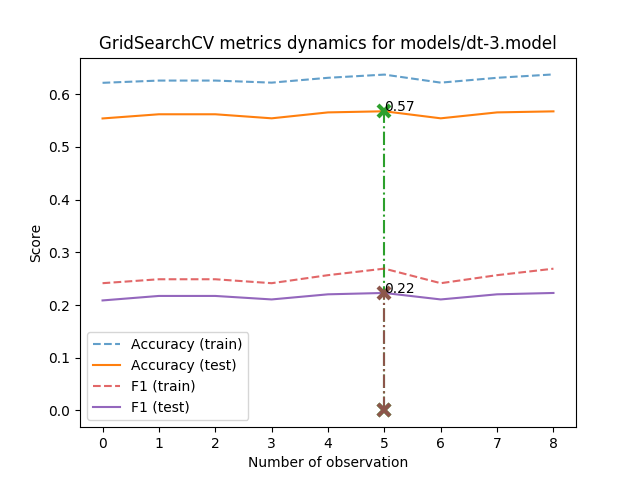
This is models/dt-3.model_metrics.png from AverHLV/diploma-computations, a Graphviz export, as it was before one commit. Its source is kept beside it as models/dt-3.model.dot. Its diagram source:
```dot
digraph Tree {
node [shape=box, style="filled", color="black"] ;
0 [label="Topic <= 0.998\ngini = 0.558\nsamples = 12051\nvalue = [[31, 5139, 723, 4414, 1744]\n[317, 7308, 2439, 825, 1162]\n[153, 6581, 588, 4037, 692]\n...\n[14, 5643, 833, 3937, 1624]\n[9, 149, 59, 44, 11790]\n[19, 1980, 30, 7759, 2263]]", fillcolor="#fefcfb"] ;
1 [label="Екогрупа <= -2.261\ngini = 0.542\nsamples = 9252\nvalue = [[28, 4600, 565, 2703, 1356]\n[267, 5765, 1749, 559, 912]\n[129, 5766, 483, 2232, 642]\n...\n[14, 4930, 442, 2500, 1366]\n[8, 130, 34, 35, 9045]\n[18, 1775, 21, 5828, 1610]]", fillcolor="#fdf6f0"] ;
0 -> 1 [labeldistance=2.5, labelangle=45, headlabel="True"] ;
5 [label="gini = 0.493\nsamples = 473\nvalue = [[4, 112, 16, 225, 116]\n[0, 298, 67, 33, 75]\n[2, 147, 7, 267, 50]\n...\n[0, 120, 32, 198, 123]\n[0, 0, 0, 0, 473]\n[5, 21, 0, 30, 417]]", fillcolor="#f9e1cf"] ;
1 -> 5 ;
6 [label="ОБ <= -0.236\ngini = 0.536\nsamples = 8779\nvalue = [[24, 4488, 549, 2478, 1240]\n[267, 5467, 1682, 526, 837]\n[127, 5619, 476, 1965, 592]\n...\n[14, 4810, 410, 2302, 1243]\n[8, 130, 34, 35, 8572]\n[13, 1754, 21, 5798, 1193]]", fillcolor="#fdf3ec"] ;
1 -> 6 ;
7 [label="НФ <= 0.032\ngini = 0.519\nsamples = 2148\nvalue = [[11, 1272, 104, 400, 361]\n[43, 1417, 256, 138, 294]\n[29, 1383, 76, 376, 284]\n...\n[6, 1215, 76, 506, 345]\n[2, 18, 6, 1, 2121]\n[6, 377, 0, 1381, 384]]", fillcolor="#fbece0"] ;
6 -> 7 ;
21 [label="Екогрупа <= -0.142\ngini = 0.51\nsamples = 894\nvalue = [[1, 523, 37, 207, 126]\n[12, 640, 66, 49, 127]\n[9, 550, 25, 164, 146]\n...\n[2, 523, 15, 269, 85]\n[0, 3, 0, 0, 891]\n[2, 108, 0, 662, 122]]", fillcolor="#fae8db"] ;
7 -> 21 ;
25 [label="gini = 0.435\nsamples = 329\nvalue = [[1, 248, 8, 37, 35]\n[0, 278, 17, 10, 24]\n[0, 281, 5, 31, 12]\n...\n[2, 236, 6, 41, 44]\n[0, 3, 0, 0, 326]\n[2, 17, 0, 231, 79]]", fillcolor="#f4c8a8"] ;
21 -> 25 ;
26 [label="gini = 0.516\nsamples = 565\nvalue = [[0, 275, 29, 170, 91]\n[12, 362, 49, 39, 103]\n[9, 269, 20, 133, 134]\n...\n[0, 287, 9, 228, 41]\n[0, 0, 0, 0, 565]\n[0, 91, 0, 431, 43]]", fillcolor="#fbebdf"] ;
21 -> 26 ;
22 [label="gini = 0.504\nsamples = 1254\nvalue = [[10, 749, 67, 193, 235]\n[31, 777, 190, 89, 167]\n[20, 833, 51, 212, 138]\n...\n[4, 692, 61, 237, 260]\n[2, 15, 6, 1, 1230]\n[4, 269, 0, 719, 262]]", fillcolor="#fae5d7"] ;
7 -> 22 ;
8 [label="Topic <= -1.596\ngini = 0.532\nsamples = 6631\nvalue = [[13, 3216, 445, 2078, 879]\n[224, 4050, 1426, 388, 543]\n[98, 4236, 400, 1589, 308]\n...\n[8, 3595, 334, 1796, 898]\n[6, 112, 28, 34, 6451]\n[7, 1377, 21, 4417, 809]]", fillcolor="#fcf1e9"] ;
6 -> 8 ;
9 [label="gini = 0.462\nsamples = 321\nvalue = [[3, 82, 59, 155, 22]\n[2, 241, 59, 10, 9]\n[0, 80, 62, 177, 2]\n...\n[1, 71, 78, 130, 41]\n[0, 20, 1, 16, 284]\n[0, 18, 0, 223, 80]]", fillcolor="#f6d3ba"] ;
8 -> 9 ;
10 [label="НФ <= 0.573\ngini = 0.526\nsamples = 6310\nvalue = [[10, 3134, 386, 1923, 857]\n[222, 3809, 1367, 378, 534]\n[98, 4156, 338, 1412, 306]\n...\n[7, 3524, 256, 1666, 857]\n[6, 92, 27, 18, 6167]\n[7, 1359, 21, 4194, 729]]", fillcolor="#fcefe6"] ;
8 -> 10 ;
13 [label="gini = 0.518\nsamples = 4282\nvalue = [[5, 2021, 227, 1417, 612]\n[122, 2717, 950, 229, 264]\n[54, 2796, 214, 983, 235]\n...\n[6, 2506, 183, 1210, 377]\n[3, 29, 16, 8, 4226]\n[5, 963, 13, 2893, 408]]", fillcolor="#fbebe0"] ;
10 -> 13 ;
14 [label="gini = 0.528\nsamples = 2028\nvalue = [[5, 1113, 159, 506, 245]\n[100, 1092, 417, 149, 270]\n[44, 1360, 124, 429, 71]\n...\n[1, 1018, 73, 456, 480]\n[3, 63, 11, 10, 1941]\n[2, 396, 8, 1301, 321]]", fillcolor="#fcf0e7"] ;
10 -> 14 ;
2 [label="НФ <= -0.149\ngini = 0.526\nsamples = 2799\nvalue = [[3, 539, 158, 1711, 388]\n[50, 1543, 690, 266, 250]\n[24, 815, 105, 1805, 50]\n...\n[0, 713, 391, 1437, 258]\n[1, 19, 25, 9, 2745]\n[1, 205, 9, 1931, 653]]", fillcolor="#fcefe6"] ;
0 -> 2 [labeldistance=2.5, labelangle=-45, headlabel="False"] ;
3 [label="Topic <= 1.016\ngini = 0.463\nsamples = 1877\nvalue = [[1, 154, 62, 1417, 243]\n[23, 991, 472, 217, 174]\n[1, 341, 46, 1464, 25]\n...\n[0, 348, 237, 1197, 95]\n[0, 3, 2, 1, 1871]\n[1, 67, 3, 1353, 453]]", fillcolor="#f6d4bb"] ;
2 -> 3 ;
11 [label="Екогрупа <= -0.566\ngini = 0.35\nsamples = 557\nvalue = [[0, 3, 24, 485, 45]\n[6, 387, 12, 95, 57]\n[0, 44, 7, 506, 0]\n...\n[0, 41, 140, 338, 38]\n[0, 0, 0, 0, 557]\n[0, 1, 0, 399, 157]]", fillcolor="#eca36f"] ;
3 -> 11 ;
23 [label="gini = 0.271\nsamples = 196\nvalue = [[0, 1, 22, 172, 1]\n[2, 107, 2, 48, 37]\n[0, 0, 3, 193, 0]\n...\n[0, 7, 9, 143, 37]\n[0, 0, 0, 0, 196]\n[0, 0, 0, 41, 155]]", fillcolor="#e58139"] ;
11 -> 23 ;
24 [label="gini = 0.326\nsamples = 361\nvalue = [[0, 2, 2, 313, 44]\n[4, 280, 10, 47, 20]\n[0, 44, 4, 313, 0]\n...\n[0, 34, 131, 195, 1]\n[0, 0, 0, 0, 361]\n[0, 1, 0, 358, 2]]", fillcolor="#ea995f"] ;
11 -> 24 ;
12 [label="Topic <= 1.421\ngini = 0.471\nsamples = 1320\nvalue = [[1, 151, 38, 932, 198]\n[17, 604, 460, 122, 117]\n[1, 297, 39, 958, 25]\n...\n[0, 307, 97, 859, 57]\n[0, 3, 2, 1, 1314]\n[1, 66, 3, 954, 296]]", fillcolor="#f7d7c0"] ;
3 -> 12 ;
15 [label="gini = 0.531\nsamples = 212\nvalue = [[0, 81, 10, 76, 45]\n[5, 122, 47, 9, 29]\n[1, 125, 8, 64, 14]\n...\n[0, 106, 9, 74, 23]\n[0, 2, 2, 0, 208]\n[1, 35, 0, 115, 61]]", fillcolor="#fcf1e9"] ;
12 -> 15 ;
16 [label="Topic <= 1.439\ngini = 0.431\nsamples = 1108\nvalue = [[1, 70, 28, 856, 153]\n[12, 482, 413, 113, 88]\n[0, 172, 31, 894, 11]\n...\n[0, 201, 88, 785, 34]\n[0, 1, 0, 1, 1106]\n[0, 31, 3, 839, 235]]", fillcolor="#f3c6a5"] ;
12 -> 16 ;
17 [label="gini = 0.339\nsamples = 449\nvalue = [[0, 15, 0, 368, 66]\n[6, 101, 228, 82, 32]\n[0, 36, 0, 413, 0]\n...\n[0, 52, 27, 357, 13]\n[0, 0, 0, 0, 449]\n[0, 4, 0, 383, 62]]", fillcolor="#eb9e67"] ;
16 -> 17 ;
18 [label="gini = 0.447\nsamples = 659\nvalue = [[1, 55, 28, 488, 87]\n[6, 381, 185, 31, 56]\n[0, 136, 31, 481, 11]\n...\n[0, 149, 61, 428, 21]\n[0, 1, 0, 1, 657]\n[0, 27, 3, 456, 173]]", fillcolor="#f5cdb0"] ;
16 -> 18 ;
4 [label="Topic <= 1.016\ngini = 0.564\nsamples = 922\nvalue = [[2, 385, 96, 294, 145]\n[27, 552, 218, 49, 76]\n[23, 474, 59, 341, 25]\n...\n[0, 365, 154, 240, 163]\n[1, 16, 23, 8, 874]\n[0, 138, 6, 578, 200]]", fillcolor="#ffffff"] ;
2 -> 4 ;
19 [label="gini = 0.292\nsamples = 94\nvalue = [[0, 23, 24, 44, 3]\n[1, 73, 2, 6, 12]\n[0, 5, 0, 89, 0]\n...\n[0, 8, 65, 21, 0]\n[0, 0, 0, 0, 94]\n[0, 0, 0, 35, 59]]", fillcolor="#e78a47"] ;
4 -> 19 ;
20 [label="gini = 0.559\nsamples = 828\nvalue = [[2, 362, 72, 250, 142]\n[26, 479, 216, 43, 64]\n[23, 469, 59, 252, 25]\n...\n[0, 357, 89, 219, 163]\n[1, 16, 23, 8, 780]\n[0, 138, 6, 543, 141]]", fillcolor="#fffdfc"] ;
4 -> 20 ;
}
```
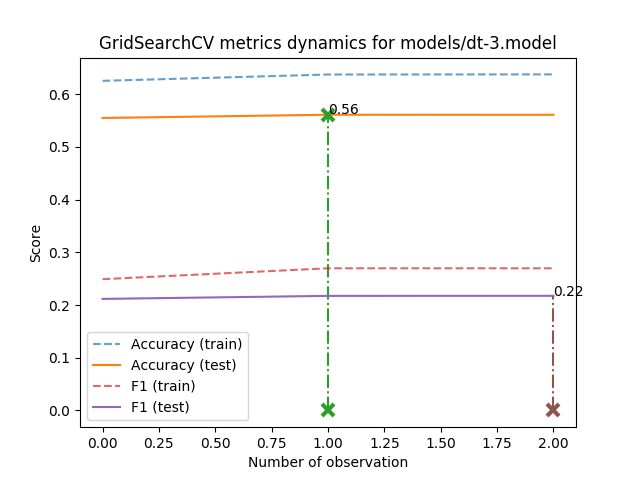
Later version of the same file.

Change to the diagram source:
```diff
@@ -1,56 +1,56 @@
 digraph Tree {
 node [shape=box, style="filled", color="black"] ;
-0 [label="Topic <= 0.998\ngini = 0.558\nsamples = 12051\nvalue = [[31, 5139, 723, 4414, 1744]\n[317, 7308, 2439, 825, 1162]\n[153, 6581, 588, 4037, 692]\n...\n[14, 5643, 833, 3937, 1624]\n[9, 149, 59, 44, 11790]\n[19, 1980, 30, 7759, 2263]]", fillcolor="#fefcfb"] ;
-1 [label="Екогрупа <= -2.261\ngini = 0.542\nsamples = 9252\nvalue = [[28, 4600, 565, 2703, 1356]\n[267, 5765, 1749, 559, 912]\n[129, 5766, 483, 2232, 642]\n...\n[14, 4930, 442, 2500, 1366]\n[8, 130, 34, 35, 9045]\n[18, 1775, 21, 5828, 1610]]", fillcolor="#fdf6f0"] ;
+0 [label="Topic <= 0.998\ngini = 0.558\nsamples = 12051\nvalue = [[29, 5111, 705, 4438, 1768]\n[323, 7339, 2410, 820, 1159]\n[145, 6520, 580, 4097, 709]\n...\n[13, 5584, 844, 3975, 1635]\n[9, 135, 65, 43, 11799]\n[18, 1967, 30, 7762, 2274]]", fillcolor="#fefdfb"] ;
+1 [label="Екогрупа <= -2.261\ngini = 0.543\nsamples = 9241\nvalue = [[25, 4587, 555, 2691, 1383]\n[270, 5802, 1716, 551, 902]\n[125, 5727, 470, 2255, 664]\n...\n[13, 4901, 447, 2510, 1370]\n[7, 117, 38, 31, 9048]\n[18, 1761, 20, 5829, 1613]]", fillcolor="#fdf6f1"] ;
 0 -> 1 [labeldistance=2.5, labelangle=45, headlabel="True"] ;
-5 [label="gini = 0.493\nsamples = 473\nvalue = [[4, 112, 16, 225, 116]\n[0, 298, 67, 33, 75]\n[2, 147, 7, 267, 50]\n...\n[0, 120, 32, 198, 123]\n[0, 0, 0, 0, 473]\n[5, 21, 0, 30, 417]]", fillcolor="#f9e1cf"] ;
+5 [label="gini = 0.494\nsamples = 487\nvalue = [[3, 120, 16, 223, 125]\n[1, 314, 66, 36, 70]\n[2, 154, 8, 280, 43]\n...\n[0, 126, 31, 201, 129]\n[0, 0, 0, 0, 487]\n[5, 21, 0, 33, 428]]", fillcolor="#f9e1d0"] ;
 1 -> 5 ;
-6 [label="ОБ <= -0.236\ngini = 0.536\nsamples = 8779\nvalue = [[24, 4488, 549, 2478, 1240]\n[267, 5467, 1682, 526, 837]\n[127, 5619, 476, 1965, 592]\n...\n[14, 4810, 410, 2302, 1243]\n[8, 130, 34, 35, 8572]\n[13, 1754, 21, 5798, 1193]]", fillcolor="#fdf3ec"] ;
+6 [label="ОБ <= -0.369\ngini = 0.537\nsamples = 8754\nvalue = [[22, 4467, 539, 2468, 1258]\n[269, 5488, 1650, 515, 832]\n[123, 5573, 462, 1975, 621]\n...\n[13, 4775, 416, 2309, 1241]\n[7, 117, 38, 31, 8561]\n[13, 1740, 20, 5796, 1185]]", fillcolor="#fdf3ed"] ;
 1 -> 6 ;
-7 [label="НФ <= 0.032\ngini = 0.519\nsamples = 2148\nvalue = [[11, 1272, 104, 400, 361]\n[43, 1417, 256, 138, 294]\n[29, 1383, 76, 376, 284]\n...\n[6, 1215, 76, 506, 345]\n[2, 18, 6, 1, 2121]\n[6, 377, 0, 1381, 384]]", fillcolor="#fbece0"] ;
+7 [label="Екогрупа <= 0.281\ngini = 0.513\nsamples = 1824\nvalue = [[6, 1116, 71, 320, 311]\n[35, 1235, 172, 121, 261]\n[26, 1200, 58, 322, 218]\n...\n[5, 1071, 62, 413, 273]\n[1, 12, 8, 1, 1802]\n[4, 313, 1, 1187, 319]]", fillcolor="#fae9dd"] ;
 6 -> 7 ;
-21 [label="Екогрупа <= -0.142\ngini = 0.51\nsamples = 894\nvalue = [[1, 523, 37, 207, 126]\n[12, 640, 66, 49, 127]\n[9, 550, 25, 164, 146]\n...\n[2, 523, 15, 269, 85]\n[0, 3, 0, 0, 891]\n[2, 108, 0, 662, 122]]", fillcolor="#fae8db"] ;
-7 -> 21 ;
-25 [label="gini = 0.435\nsamples = 329\nvalue = [[1, 248, 8, 37, 35]\n[0, 278, 17, 10, 24]\n[0, 281, 5, 31, 12]\n...\n[2, 236, 6, 41, 44]\n[0, 3, 0, 0, 326]\n[2, 17, 0, 231, 79]]", fillcolor="#f4c8a8"] ;
-21 -> 25 ;
-26 [label="gini = 0.516\nsamples = 565\nvalue = [[0, 275, 29, 170, 91]\n[12, 362, 49, 39, 103]\n[9, 269, 20, 133, 134]\n...\n[0, 287, 9, 228, 41]\n[0, 0, 0, 0, 565]\n[0, 91, 0, 431, 43]]", fillcolor="#fbebdf"] ;
-21 -> 26 ;
-22 [label="gini = 0.504\nsamples = 1254\nvalue = [[10, 749, 67, 193, 235]\n[31, 777, 190, 89, 167]\n[20, 833, 51, 212, 138]\n...\n[4, 692, 61, 237, 260]\n[2, 15, 6, 1, 1230]\n[4, 269, 0, 719, 262]]", fillcolor="#fae5d7"] ;
-7 -> 22 ;
-8 [label="Topic <= -1.596\ngini = 0.532\nsamples = 6631\nvalue = [[13, 3216, 445, 2078, 879]\n[224, 4050, 1426, 388, 543]\n[98, 4236, 400, 1589, 308]\n...\n[8, 3595, 334, 1796, 898]\n[6, 112, 28, 34, 6451]\n[7, 1377, 21, 4417, 809]]", fillcolor="#fcf1e9"] ;
+25 [label="gini = 0.48\nsamples = 1187\nvalue = [[5, 752, 45, 181, 204]\n[19, 864, 106, 61, 137]\n[10, 872, 28, 159, 118]\n...\n[4, 729, 40, 193, 221]\n[0, 11, 7, 0, 1169]\n[3, 173, 1, 727, 283]]", fillcolor="#f8dbc6"] ;
+7 -> 25 ;
+26 [label="gini = 0.537\nsamples = 637\nvalue = [[1, 364, 26, 139, 107]\n[16, 371, 66, 60, 124]\n[16, 328, 30, 163, 100]\n...\n[1, 342, 22, 220, 52]\n[1, 1, 1, 1, 633]\n[1, 140, 0, 460, 36]]", fillcolor="#fdf4ed"] ;
+7 -> 26 ;
+8 [label="Topic <= -1.596\ngini = 0.534\nsamples = 6930\nvalue = [[16, 3351, 468, 2148, 947]\n[234, 4253, 1478, 394, 571]\n[97, 4373, 404, 1653, 403]\n...\n[8, 3704, 354, 1896, 968]\n[6, 105, 30, 30, 6759]\n[9, 1427, 19, 4609, 866]]", fillcolor="#fcf2eb"] ;
 6 -> 8 ;
-9 [label="gini = 0.462\nsamples = 321\nvalue = [[3, 82, 59, 155, 22]\n[2, 241, 59, 10, 9]\n[0, 80, 62, 177, 2]\n...\n[1, 71, 78, 130, 41]\n[0, 20, 1, 16, 284]\n[0, 18, 0, 223, 80]]", fillcolor="#f6d3ba"] ;
+9 [label="gini = 0.462\nsamples = 321\nvalue = [[2, 86, 58, 151, 24]\n[5, 245, 52, 11, 8]\n[0, 87, 64, 167, 3]\n...\n[1, 69, 83, 128, 40]\n[0, 24, 0, 13, 284]\n[0, 23, 0, 217, 81]]", fillcolor="#f6d3ba"] ;
 8 -> 9 ;
-10 [label="НФ <= 0.573\ngini = 0.526\nsamples = 6310\nvalue = [[10, 3134, 386, 1923, 857]\n[222, 3809, 1367, 378, 534]\n[98, 4156, 338, 1412, 306]\n...\n[7, 3524, 256, 1666, 857]\n[6, 92, 27, 18, 6167]\n[7, 1359, 21, 4194, 729]]", fillcolor="#fcefe6"] ;
+10 [label="НФ <= 0.753\ngini = 0.529\nsamples = 6609\nvalue = [[14, 3265, 410, 1997, 923]\n[229, 4008, 1426, 383, 563]\n[97, 4286, 340, 1486, 400]\n...\n[7, 3635, 271, 1768, 928]\n[6, 81, 30, 17, 6475]\n[9, 1404, 19, 4392, 785]]", fillcolor="#fcf0e7"] ;
 8 -> 10 ;
-13 [label="gini = 0.518\nsamples = 4282\nvalue = [[5, 2021, 227, 1417, 612]\n[122, 2717, 950, 229, 264]\n[54, 2796, 214, 983, 235]\n...\n[6, 2506, 183, 1210, 377]\n[3, 29, 16, 8, 4226]\n[5, 963, 13, 2893, 408]]", fillcolor="#fbebe0"] ;
+13 [label="Екогрупа <= 0.281\ngini = 0.521\nsamples = 5024\nvalue = [[6, 2410, 275, 1645, 688]\n[140, 3178, 1080, 269, 357]\n[62, 3238, 243, 1165, 316]\n...\n[7, 2880, 205, 1420, 512]\n[2, 32, 20, 13, 4957]\n[4, 1112, 15, 3380, 513]]", fillcolor="#fbede2"] ;
 10 -> 13 ;
-14 [label="gini = 0.528\nsamples = 2028\nvalue = [[5, 1113, 159, 506, 245]\n[100, 1092, 417, 149, 270]\n[44, 1360, 124, 429, 71]\n...\n[1, 1018, 73, 456, 480]\n[3, 63, 11, 10, 1941]\n[2, 396, 8, 1301, 321]]", fillcolor="#fcf0e7"] ;
+21 [label="gini = 0.515\nsamples = 1953\nvalue = [[3, 1010, 133, 504, 303]\n[66, 1307, 368, 77, 135]\n[24, 1423, 94, 345, 67]\n...\n[5, 1132, 55, 498, 263]\n[2, 25, 3, 6, 1917]\n[0, 290, 8, 1267, 388]]", fillcolor="#fbeade"] ;
+13 -> 21 ;
+22 [label="gini = 0.517\nsamples = 3071\nvalue = [[3, 1400, 142, 1141, 385]\n[74, 1871, 712, 192, 222]\n[38, 1815, 149, 820, 249]\n...\n[2, 1748, 150, 922, 249]\n[0, 7, 17, 7, 3040]\n[4, 822, 7, 2113, 125]]", fillcolor="#fbebdf"] ;
+13 -> 22 ;
+14 [label="gini = 0.531\nsamples = 1585\nvalue = [[8, 855, 135, 352, 235]\n[89, 830, 346, 114, 206]\n[35, 1048, 97, 321, 84]\n...\n[0, 755, 66, 348, 416]\n[4, 49, 10, 4, 1518]\n[5, 292, 4, 1012, 272]]", fillcolor="#fcf1e9"] ;
 10 -> 14 ;
-2 [label="НФ <= -0.149\ngini = 0.526\nsamples = 2799\nvalue = [[3, 539, 158, 1711, 388]\n[50, 1543, 690, 266, 250]\n[24, 815, 105, 1805, 50]\n...\n[0, 713, 391, 1437, 258]\n[1, 19, 25, 9, 2745]\n[1, 205, 9, 1931, 653]]", fillcolor="#fcefe6"] ;
+2 [label="НФ <= -0.149\ngini = 0.524\nsamples = 2810\nvalue = [[4, 524, 150, 1747, 385]\n[53, 1537, 694, 269, 257]\n[20, 793, 110, 1842, 45]\n...\n[0, 683, 397, 1465, 265]\n[2, 18, 27, 12, 2751]\n[0, 206, 10, 1933, 661]]", fillcolor="#fbeee4"] ;
 0 -> 2 [labeldistance=2.5, labelangle=-45, headlabel="False"] ;
-3 [label="Topic <= 1.016\ngini = 0.463\nsamples = 1877\nvalue = [[1, 154, 62, 1417, 243]\n[23, 991, 472, 217, 174]\n[1, 341, 46, 1464, 25]\n...\n[0, 348, 237, 1197, 95]\n[0, 3, 2, 1, 1871]\n[1, 67, 3, 1353, 453]]", fillcolor="#f6d4bb"] ;
+3 [label="Topic <= 1.016\ngini = 0.459\nsamples = 1882\nvalue = [[0, 154, 54, 1440, 234]\n[21, 982, 478, 226, 175]\n[2, 325, 45, 1488, 22]\n...\n[0, 329, 234, 1226, 93]\n[0, 2, 2, 1, 1877]\n[0, 65, 2, 1351, 464]]", fillcolor="#f6d2b9"] ;
 2 -> 3 ;
-11 [label="Екогрупа <= -0.566\ngini = 0.35\nsamples = 557\nvalue = [[0, 3, 24, 485, 45]\n[6, 387, 12, 95, 57]\n[0, 44, 7, 506, 0]\n...\n[0, 41, 140, 338, 38]\n[0, 0, 0, 0, 557]\n[0, 1, 0, 399, 157]]", fillcolor="#eca36f"] ;
+11 [label="Воля <= -0.217\ngini = 0.35\nsamples = 560\nvalue = [[0, 3, 23, 488, 46]\n[4, 383, 12, 103, 58]\n[0, 39, 9, 512, 0]\n...\n[0, 40, 140, 341, 39]\n[0, 0, 0, 0, 560]\n[0, 1, 0, 405, 154]]", fillcolor="#eca46f"] ;
 3 -> 11 ;
-23 [label="gini = 0.271\nsamples = 196\nvalue = [[0, 1, 22, 172, 1]\n[2, 107, 2, 48, 37]\n[0, 0, 3, 193, 0]\n...\n[0, 7, 9, 143, 37]\n[0, 0, 0, 0, 196]\n[0, 0, 0, 41, 155]]", fillcolor="#e58139"] ;
+23 [label="gini = 0.27\nsamples = 196\nvalue = [[0, 1, 22, 172, 1]\n[1, 105, 2, 51, 37]\n[0, 0, 2, 194, 0]\n...\n[0, 7, 8, 143, 38]\n[0, 0, 0, 0, 196]\n[0, 0, 0, 42, 154]]", fillcolor="#e58139"] ;
 11 -> 23 ;
-24 [label="gini = 0.326\nsamples = 361\nvalue = [[0, 2, 2, 313, 44]\n[4, 280, 10, 47, 20]\n[0, 44, 4, 313, 0]\n...\n[0, 34, 131, 195, 1]\n[0, 0, 0, 0, 361]\n[0, 1, 0, 358, 2]]", fillcolor="#ea995f"] ;
+24 [label="gini = 0.327\nsamples = 364\nvalue = [[0, 2, 1, 316, 45]\n[3, 278, 10, 52, 21]\n[0, 39, 7, 318, 0]\n...\n[0, 33, 132, 198, 1]\n[0, 0, 0, 0, 364]\n[0, 1, 0, 363, 0]]", fillcolor="#ea9a60"] ;
 11 -> 24 ;
-12 [label="Topic <= 1.421\ngini = 0.471\nsamples = 1320\nvalue = [[1, 151, 38, 932, 198]\n[17, 604, 460, 122, 117]\n[1, 297, 39, 958, 25]\n...\n[0, 307, 97, 859, 57]\n[0, 3, 2, 1, 1314]\n[1, 66, 3, 954, 296]]", fillcolor="#f7d7c0"] ;
+12 [label="Воля <= 0.475\ngini = 0.466\nsamples = 1322\nvalue = [[0, 151, 31, 952, 188]\n[17, 599, 466, 123, 117]\n[2, 286, 36, 976, 22]\n...\n[0, 289, 94, 885, 54]\n[0, 2, 2, 1, 1317]\n[0, 64, 2, 946, 310]]", fillcolor="#f6d5bd"] ;
 3 -> 12 ;
-15 [label="gini = 0.531\nsamples = 212\nvalue = [[0, 81, 10, 76, 45]\n[5, 122, 47, 9, 29]\n[1, 125, 8, 64, 14]\n...\n[0, 106, 9, 74, 23]\n[0, 2, 2, 0, 208]\n[1, 35, 0, 115, 61]]", fillcolor="#fcf1e9"] ;
-12 -> 15 ;
-16 [label="Topic <= 1.439\ngini = 0.431\nsamples = 1108\nvalue = [[1, 70, 28, 856, 153]\n[12, 482, 413, 113, 88]\n[0, 172, 31, 894, 11]\n...\n[0, 201, 88, 785, 34]\n[0, 1, 0, 1, 1106]\n[0, 31, 3, 839, 235]]", fillcolor="#f3c6a5"] ;
-12 -> 16 ;
-17 [label="gini = 0.339\nsamples = 449\nvalue = [[0, 15, 0, 368, 66]\n[6, 101, 228, 82, 32]\n[0, 36, 0, 413, 0]\n...\n[0, 52, 27, 357, 13]\n[0, 0, 0, 0, 449]\n[0, 4, 0, 383, 62]]", fillcolor="#eb9e67"] ;
-16 -> 17 ;
-18 [label="gini = 0.447\nsamples = 659\nvalue = [[1, 55, 28, 488, 87]\n[6, 381, 185, 31, 56]\n[0, 136, 31, 481, 11]\n...\n[0, 149, 61, 428, 21]\n[0, 1, 0, 1, 657]\n[0, 27, 3, 456, 173]]", fillcolor="#f5cdb0"] ;
-16 -> 18 ;
-4 [label="Topic <= 1.016\ngini = 0.564\nsamples = 922\nvalue = [[2, 385, 96, 294, 145]\n[27, 552, 218, 49, 76]\n[23, 474, 59, 341, 25]\n...\n[0, 365, 154, 240, 163]\n[1, 16, 23, 8, 874]\n[0, 138, 6, 578, 200]]", fillcolor="#ffffff"] ;
+17 [label="Екогрупа <= -1.837\ngini = 0.512\nsamples = 629\nvalue = [[0, 119, 20, 352, 138]\n[11, 367, 139, 47, 65]\n[2, 209, 30, 367, 21]\n...\n[0, 185, 49, 362, 33]\n[0, 2, 2, 1, 624]\n[0, 43, 0, 289, 297]]", fillcolor="#fae9dc"] ;
+12 -> 17 ;
+19 [label="gini = 0.367\nsamples = 265\nvalue = [[0, 6, 1, 197, 61]\n[6, 115, 74, 21, 49]\n[0, 19, 4, 240, 2]\n...\n[0, 22, 14, 223, 6]\n[0, 0, 0, 0, 265]\n[0, 0, 0, 3, 262]]", fillcolor="#eeab7b"] ;
+17 -> 19 ;
+20 [label="gini = 0.521\nsamples = 364\nvalue = [[0, 113, 19, 155, 77]\n[5, 252, 65, 26, 16]\n[2, 190, 26, 127, 19]\n...\n[0, 163, 35, 139, 27]\n[0, 2, 2, 1, 359]\n[0, 43, 0, 286, 35]]", fillcolor="#fbede2"] ;
+17 -> 20 ;
+18 [label="gini = 0.379\nsamples = 693\nvalue = [[0, 32, 11, 600, 50]\n[6, 232, 327, 76, 52]\n[0, 77, 6, 609, 1]\n...\n[0, 104, 45, 523, 21]\n[0, 0, 0, 0, 693]\n[0, 21, 2, 657, 13]]", fillcolor="#efb082"] ;
+12 -> 18 ;
+4 [label="Topic <= 1.016\ngini = 0.564\nsamples = 928\nvalue = [[4, 370, 96, 307, 151]\n[32, 555, 216, 43, 82]\n[18, 468, 65, 354, 23]\n...\n[0, 354, 163, 239, 172]\n[2, 16, 25, 11, 874]\n[0, 141, 8, 582, 197]]", fillcolor="#ffffff"] ;
 2 -> 4 ;
-19 [label="gini = 0.292\nsamples = 94\nvalue = [[0, 23, 24, 44, 3]\n[1, 73, 2, 6, 12]\n[0, 5, 0, 89, 0]\n...\n[0, 8, 65, 21, 0]\n[0, 0, 0, 0, 94]\n[0, 0, 0, 35, 59]]", fillcolor="#e78a47"] ;
-4 -> 19 ;
-20 [label="gini = 0.559\nsamples = 828\nvalue = [[2, 362, 72, 250, 142]\n[26, 479, 216, 43, 64]\n[23, 469, 59, 252, 25]\n...\n[0, 357, 89, 219, 163]\n[1, 16, 23, 8, 780]\n[0, 138, 6, 543, 141]]", fillcolor="#fffdfc"] ;
-4 -> 20 ;
+15 [label="gini = 0.273\nsamples = 102\nvalue = [[0, 25, 25, 49, 3]\n[1, 81, 2, 7, 11]\n[0, 5, 0, 97, 0]\n...\n[0, 8, 73, 21, 0]\n[0, 0, 0, 0, 102]\n[0, 0, 0, 36, 66]]", fillcolor="#e5833b"] ;
+4 -> 15 ;
+16 [label="gini = 0.56\nsamples = 826\nvalue = [[4, 345, 71, 258, 148]\n[31, 474, 214, 36, 71]\n[18, 463, 65, 257, 23]\n...\n[0, 346, 90, 218, 172]\n[2, 16, 25, 11, 772]\n[0, 141, 8, 546, 131]]", fillcolor="#fffdfd"] ;
+4 -> 16 ;
 }
```
